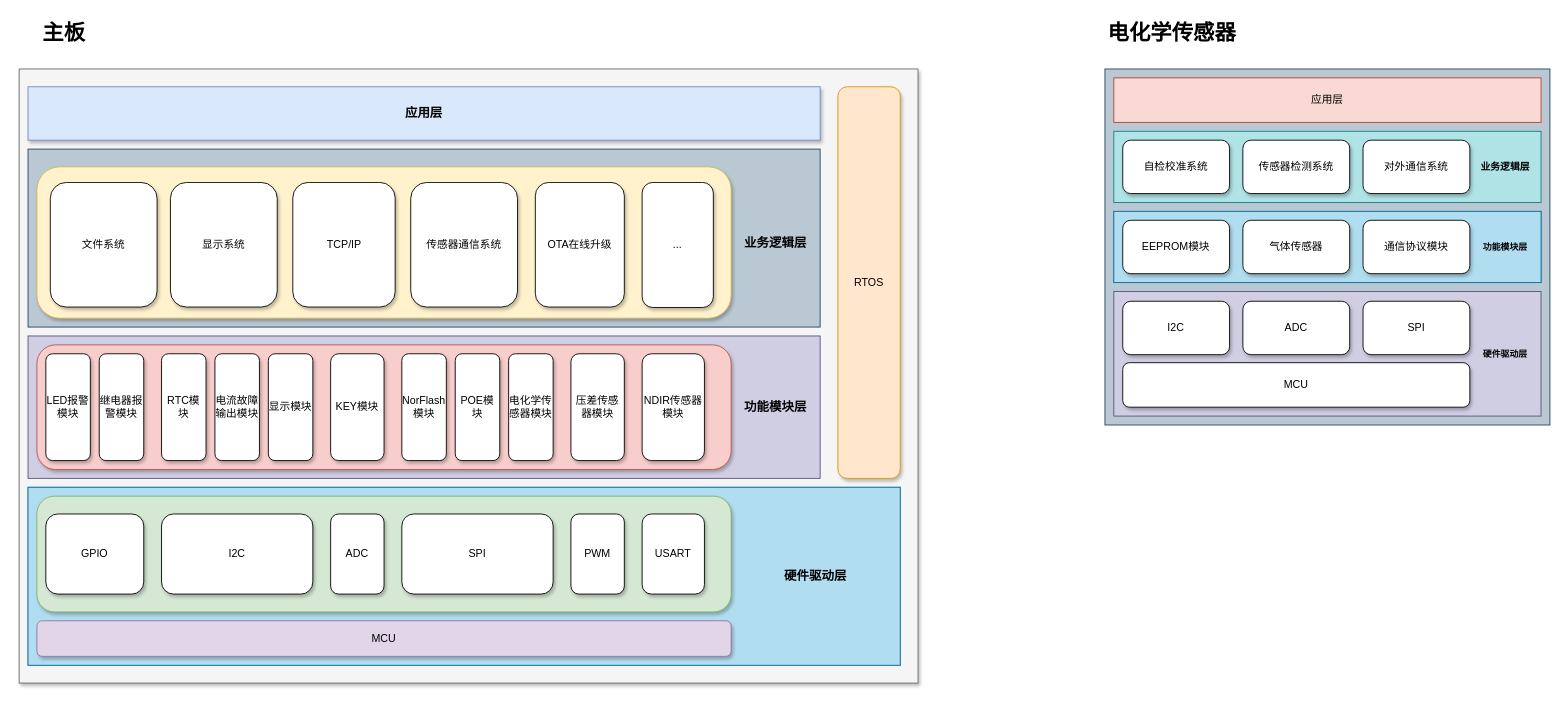
Earlier version of the draw.io diagram 气体传感器.drawio (HenleyEn/Note). Source tidied: cells renumbered, new cells numbered last; positions are measured from the earlier drawing's top-left corner, leaving out a move shared by most shapes. Both pictures are drawn from the tidied source at 89%, with x=0, y=0 at pixel (19, 15).
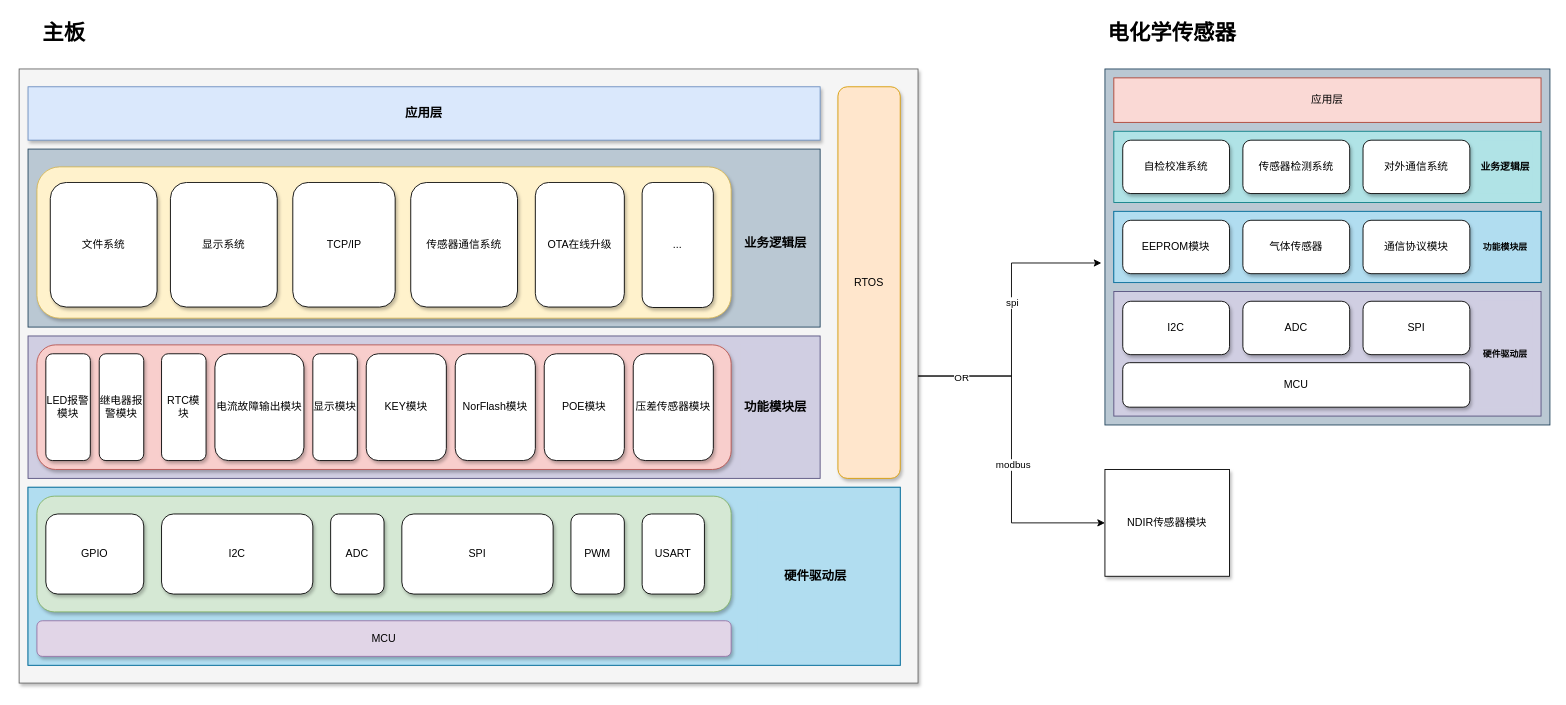
Above is the later version.

Commit message:
更新气体传感器.drawio

The change refers to these unchanged cells:
```xml
<mxCell id="2" style="rounded=0;whiteSpace=wrap;html=1;fillColor=#f5f5f5;strokeColor=#666666;fontColor=#333333;shadow=1;" parent="1" vertex="1">
  <mxGeometry y="60" width="1010" height="690" as="geometry" />
</mxCell>
<mxCell id="3" style="rounded=0;whiteSpace=wrap;html=1;fillColor=#bac8d3;strokeColor=#23445d;" parent="1" vertex="1">
  <mxGeometry x="1220" y="60" width="500" height="400" as="geometry" />
</mxCell>
<mxCell id="12" style="group;rounded=0;" parent="10" vertex="1">
  <mxGeometry x="10" y="10" width="780" height="140" as="geometry" />
</mxCell>
```

Change to the diagram source:
```diff
@@
+    <mxCell id="63" style="edgeStyle=orthogonalEdgeStyle;rounded=0;jettySize=auto;html=1;entryX=0;entryY=0.5;entryDx=0;entryDy=0;" parent="1" edge="1" source="2" target="24">
+      <mxGeometry relative="1" as="geometry" />
+    </mxCell>
+    <mxCell id="64" value="modbus" style="edgeLabel;html=1;align=center;verticalAlign=middle;" parent="63" vertex="1">
+      <mxGeometry x="0.09" y="1" relative="1" as="geometry" />
+    </mxCell>
@@
     <mxCell id="15" value="KEY模块" style="rounded=1;whiteSpace=wrap;html=1;shadow=1;" parent="12" vertex="1">
-      <mxGeometry x="330" y="10" width="60" height="120" as="geometry" />
+      <mxGeometry x="370" y="10" width="90" height="120" as="geometry" />
     </mxCell>
@@
     <mxCell id="18" value="电流故障输出模块" style="rounded=1;whiteSpace=wrap;html=1;shadow=1;" parent="12" vertex="1">
-      <mxGeometry x="200" y="10" width="50" height="120" as="geometry" />
+      <mxGeometry x="200" y="10" width="100" height="120" as="geometry" />
     </mxCell>
     <mxCell id="19" value="显示模块" style="rounded=1;whiteSpace=wrap;html=1;shadow=1;" parent="12" vertex="1">
-      <mxGeometry x="260" y="10" width="50" height="120" as="geometry" />
+      <mxGeometry x="310" y="10" width="50" height="120" as="geometry" />
     </mxCell>
     <mxCell id="20" value="NorFlash模块" style="rounded=1;whiteSpace=wrap;html=1;shadow=1;" parent="12" vertex="1">
-      <mxGeometry x="410" y="10" width="50" height="120" as="geometry" />
+      <mxGeometry x="470" y="10" width="90" height="120" as="geometry" />
     </mxCell>
     <mxCell id="21" value="POE模块" style="rounded=1;whiteSpace=wrap;html=1;shadow=1;" parent="12" vertex="1">
-      <mxGeometry x="470" y="10" width="50" height="120" as="geometry" />
+      <mxGeometry x="570" y="10" width="90" height="120" as="geometry" />
     </mxCell>
-    <mxCell id="22" value="电化学传感器模块" style="rounded=1;whiteSpace=wrap;html=1;shadow=1;" parent="12" vertex="1">
-      <mxGeometry x="530" y="10" width="50" height="120" as="geometry" />
-    </mxCell>
     <mxCell id="23" value="压差传感器模块" style="rounded=1;whiteSpace=wrap;html=1;shadow=1;" parent="12" vertex="1">
-      <mxGeometry x="600" y="10" width="60" height="120" as="geometry" />
+      <mxGeometry x="670" y="10" width="90" height="120" as="geometry" />
     </mxCell>
-    <mxCell id="24" value="NDIR传感器模块" style="rounded=1;whiteSpace=wrap;html=1;shadow=1;" parent="12" vertex="1">
-      <mxGeometry x="680" y="10" width="70" height="120" as="geometry" />
-    </mxCell>
@@
+    <mxCell id="24" value="NDIR传感器模块" style="rounded=0;whiteSpace=wrap;html=1;shadow=1;" parent="1" vertex="1">
+      <mxGeometry x="1220" y="510" width="140" height="120" as="geometry" />
+    </mxCell>
+    <mxCell id="65" style="edgeStyle=orthogonalEdgeStyle;rounded=0;jettySize=auto;html=1;entryX=-0.008;entryY=0.545;entryDx=0;entryDy=0;entryPerimeter=0;" parent="1" edge="1" source="2" target="3">
+      <mxGeometry relative="1" as="geometry" />
+    </mxCell>
+    <mxCell id="66" value="OR" style="edgeLabel;html=1;align=center;verticalAlign=middle;" parent="65" vertex="1">
+      <mxGeometry x="-0.71" y="-1" relative="1" as="geometry" />
+    </mxCell>
+    <mxCell id="67" value="spi" style="edgeLabel;html=1;align=center;verticalAlign=middle;" parent="65" vertex="1">
+      <mxGeometry x="0.13" relative="1" as="geometry" />
+    </mxCell>
```
